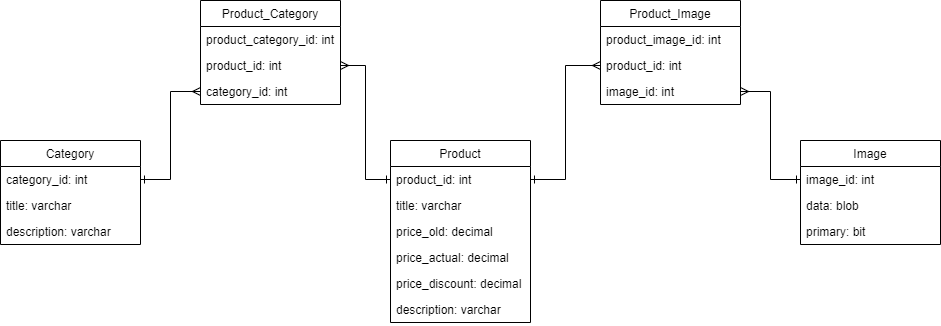
Earlier version of the draw.io export диаграмма.png (mikkelavy/exercise_04). Source tidied: cells renumbered, new cells last; positions are measured from the earlier drawing's top-left corner, leaving out a move shared by most shapes.
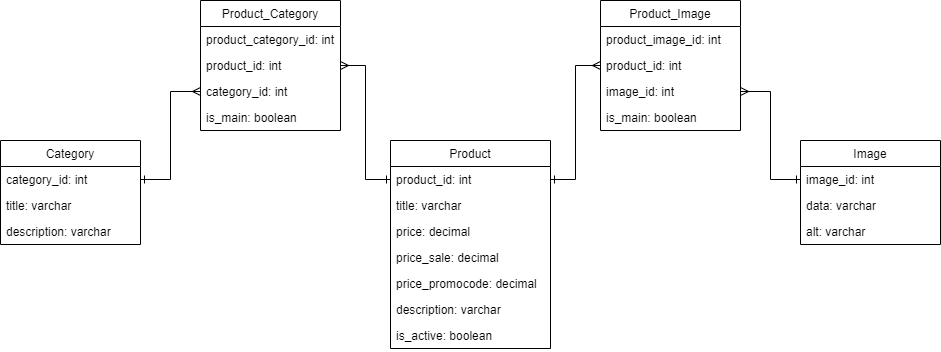
After the change.

The edit, as a diff of the source:
```diff
@@ -20,38 +20,41 @@
     <mxCell id="7" value="image_id: int" style="text;strokeColor=none;fillColor=none;align=left;verticalAlign=top;spacingLeft=4;spacingRight=4;overflow=hidden;points=[[0,0.5],[1,0.5]];portConstraint=eastwest;" parent="6" vertex="1">
       <mxGeometry y="26" width="140" height="26" as="geometry" />
     </mxCell>
-    <mxCell id="8" value="data: blob" style="text;strokeColor=none;fillColor=none;align=left;verticalAlign=top;spacingLeft=4;spacingRight=4;overflow=hidden;" parent="6" vertex="1">
+    <mxCell id="8" value="data: varchar" style="text;strokeColor=none;fillColor=none;align=left;verticalAlign=top;spacingLeft=4;spacingRight=4;overflow=hidden;" parent="6" vertex="1">
       <mxGeometry y="52" width="140" height="26" as="geometry" />
     </mxCell>
-    <mxCell id="9" value="primary: bit" style="text;strokeColor=none;fillColor=none;align=left;verticalAlign=top;spacingLeft=4;spacingRight=4;overflow=hidden;" parent="6" vertex="1">
-      <mxGeometry y="78" width="140" height="26" as="geometry" />
-    </mxCell>
+    <mxCell id="29" value="alt: varchar" style="text;strokeColor=none;fillColor=none;align=left;verticalAlign=top;spacingLeft=4;spacingRight=4;overflow=hidden;" parent="6" vertex="1">
+      <mxGeometry y="78" width="140" height="26" as="geometry" />
+    </mxCell>
     <mxCell id="10" value="Product" style="swimlane;fontStyle=0;horizontal=1;startSize=26;fillColor=none;" parent="1" vertex="1">
-      <mxGeometry x="390" y="140" width="140" height="182" as="geometry" />
+      <mxGeometry x="390" y="140" width="160" height="208" as="geometry" />
     </mxCell>
     <mxCell id="11" value="product_id: int" style="text;strokeColor=none;fillColor=none;align=left;verticalAlign=top;spacingLeft=4;spacingRight=4;overflow=hidden;points=[[0,0.5],[1,0.5]];portConstraint=eastwest;" parent="10" vertex="1">
-      <mxGeometry y="26" width="140" height="26" as="geometry" />
+      <mxGeometry y="26" width="160" height="26" as="geometry" />
     </mxCell>
     <mxCell id="12" value="title: varchar" style="text;strokeColor=none;fillColor=none;align=left;verticalAlign=top;spacingLeft=4;spacingRight=4;overflow=hidden;" parent="10" vertex="1">
-      <mxGeometry y="52" width="140" height="26" as="geometry" />
+      <mxGeometry y="52" width="160" height="26" as="geometry" />
     </mxCell>
-    <mxCell id="13" value="price_old: decimal" style="text;strokeColor=none;fillColor=none;align=left;verticalAlign=top;spacingLeft=4;spacingRight=4;overflow=hidden;" parent="10" vertex="1">
-      <mxGeometry y="78" width="140" height="26" as="geometry" />
+    <mxCell id="13" value="price: decimal" style="text;strokeColor=none;fillColor=none;align=left;verticalAlign=top;spacingLeft=4;spacingRight=4;overflow=hidden;" parent="10" vertex="1">
+      <mxGeometry y="78" width="160" height="26" as="geometry" />
     </mxCell>
-    <mxCell id="14" value="price_actual: decimal" style="text;strokeColor=none;fillColor=none;align=left;verticalAlign=top;spacingLeft=4;spacingRight=4;overflow=hidden;" parent="10" vertex="1">
-      <mxGeometry y="104" width="140" height="26" as="geometry" />
+    <mxCell id="14" value="price_sale: decimal" style="text;strokeColor=none;fillColor=none;align=left;verticalAlign=top;spacingLeft=4;spacingRight=4;overflow=hidden;" parent="10" vertex="1">
+      <mxGeometry y="104" width="160" height="26" as="geometry" />
     </mxCell>
-    <mxCell id="15" value="price_discount: decimal" style="text;strokeColor=none;fillColor=none;align=left;verticalAlign=top;spacingLeft=4;spacingRight=4;overflow=hidden;" parent="10" vertex="1">
-      <mxGeometry y="130" width="140" height="26" as="geometry" />
+    <mxCell id="15" value="price_promocode: decimal" style="text;strokeColor=none;fillColor=none;align=left;verticalAlign=top;spacingLeft=4;spacingRight=4;overflow=hidden;" parent="10" vertex="1">
+      <mxGeometry y="130" width="160" height="26" as="geometry" />
     </mxCell>
     <mxCell id="16" value="description: varchar" style="text;strokeColor=none;fillColor=none;align=left;verticalAlign=top;spacingLeft=4;spacingRight=4;overflow=hidden;" parent="10" vertex="1">
-      <mxGeometry y="156" width="140" height="26" as="geometry" />
+      <mxGeometry y="156" width="160" height="26" as="geometry" />
     </mxCell>
+    <mxCell id="30" value="is_active: boolean" style="text;strokeColor=none;fillColor=none;align=left;verticalAlign=top;spacingLeft=4;spacingRight=4;overflow=hidden;" parent="10" vertex="1">
+      <mxGeometry y="182" width="160" height="26" as="geometry" />
+    </mxCell>
     <mxCell id="17" style="edgeStyle=orthogonalEdgeStyle;rounded=0;jettySize=auto;html=1;exitX=1;exitY=0.5;exitDx=0;exitDy=0;startArrow=ERone;startFill=0;endArrow=ERmany;endFill=0;entryX=0;entryY=0.5;entryDx=0;entryDy=0;" parent="1" edge="1" source="3" target="27">
       <mxGeometry relative="1" as="geometry" />
     </mxCell>
     <mxCell id="18" value="Product_Image" style="swimlane;fontStyle=0;horizontal=1;startSize=26;fillColor=none;" parent="1" vertex="1">
-      <mxGeometry x="600" width="140" height="104" as="geometry" />
+      <mxGeometry x="600" width="140" height="130" as="geometry" />
     </mxCell>
     <mxCell id="19" value="product_image_id: int" style="text;strokeColor=none;fillColor=none;align=left;verticalAlign=top;spacingLeft=4;spacingRight=4;overflow=hidden;" parent="18" vertex="1">
       <mxGeometry y="26" width="140" height="26" as="geometry" />
@@ -62,6 +65,9 @@
     <mxCell id="21" value="image_id: int" style="text;strokeColor=none;fillColor=none;align=left;verticalAlign=top;spacingLeft=4;spacingRight=4;overflow=hidden;points=[[0,0.5],[1,0.5]];portConstraint=eastwest;" parent="18" vertex="1">
       <mxGeometry y="78" width="140" height="26" as="geometry" />
     </mxCell>
+    <mxCell id="31" value="is_main: boolean" style="text;strokeColor=none;fillColor=none;align=left;verticalAlign=top;spacingLeft=4;spacingRight=4;overflow=hidden;" parent="18" vertex="1">
+      <mxGeometry y="104" width="140" height="26" as="geometry" />
+    </mxCell>
     <mxCell id="22" style="edgeStyle=orthogonalEdgeStyle;rounded=0;jettySize=auto;html=1;exitX=1;exitY=0.5;exitDx=0;exitDy=0;entryX=0;entryY=0.5;entryDx=0;entryDy=0;startArrow=ERone;startFill=0;endArrow=ERmany;endFill=0;" parent="1" edge="1" source="11" target="20">
       <mxGeometry relative="1" as="geometry" />
     </mxCell>
@@ -69,7 +75,7 @@
       <mxGeometry relative="1" as="geometry" />
     </mxCell>
     <mxCell id="24" value="Product_Category" style="swimlane;fontStyle=0;horizontal=1;startSize=26;fillColor=none;" parent="1" vertex="1">
-      <mxGeometry x="200" width="140" height="104" as="geometry" />
+      <mxGeometry x="200" width="140" height="130" as="geometry" />
     </mxCell>
     <mxCell id="25" value="product_category_id: int" style="text;strokeColor=none;fillColor=none;align=left;verticalAlign=top;spacingLeft=4;spacingRight=4;overflow=hidden;" parent="24" vertex="1">
       <mxGeometry y="26" width="140" height="26" as="geometry" />
@@ -80,6 +86,9 @@
     <mxCell id="27" value="category_id: int" style="text;strokeColor=none;fillColor=none;align=left;verticalAlign=top;spacingLeft=4;spacingRight=4;overflow=hidden;points=[[0,0.5],[1,0.5]];portConstraint=eastwest;" parent="24" vertex="1">
       <mxGeometry y="78" width="140" height="26" as="geometry" />
     </mxCell>
+    <mxCell id="32" value="is_main: boolean" style="text;strokeColor=none;fillColor=none;align=left;verticalAlign=top;spacingLeft=4;spacingRight=4;overflow=hidden;" parent="24" vertex="1">
+      <mxGeometry y="104" width="140" height="26" as="geometry" />
+    </mxCell>
     <mxCell id="28" style="edgeStyle=orthogonalEdgeStyle;rounded=0;jettySize=auto;html=1;exitX=1;exitY=0.5;exitDx=0;exitDy=0;entryX=0;entryY=0.5;entryDx=0;entryDy=0;startArrow=ERmany;startFill=0;endArrow=ERone;endFill=0;" parent="1" edge="1" source="26" target="11">
       <mxGeometry relative="1" as="geometry" />
     </mxCell>
```
